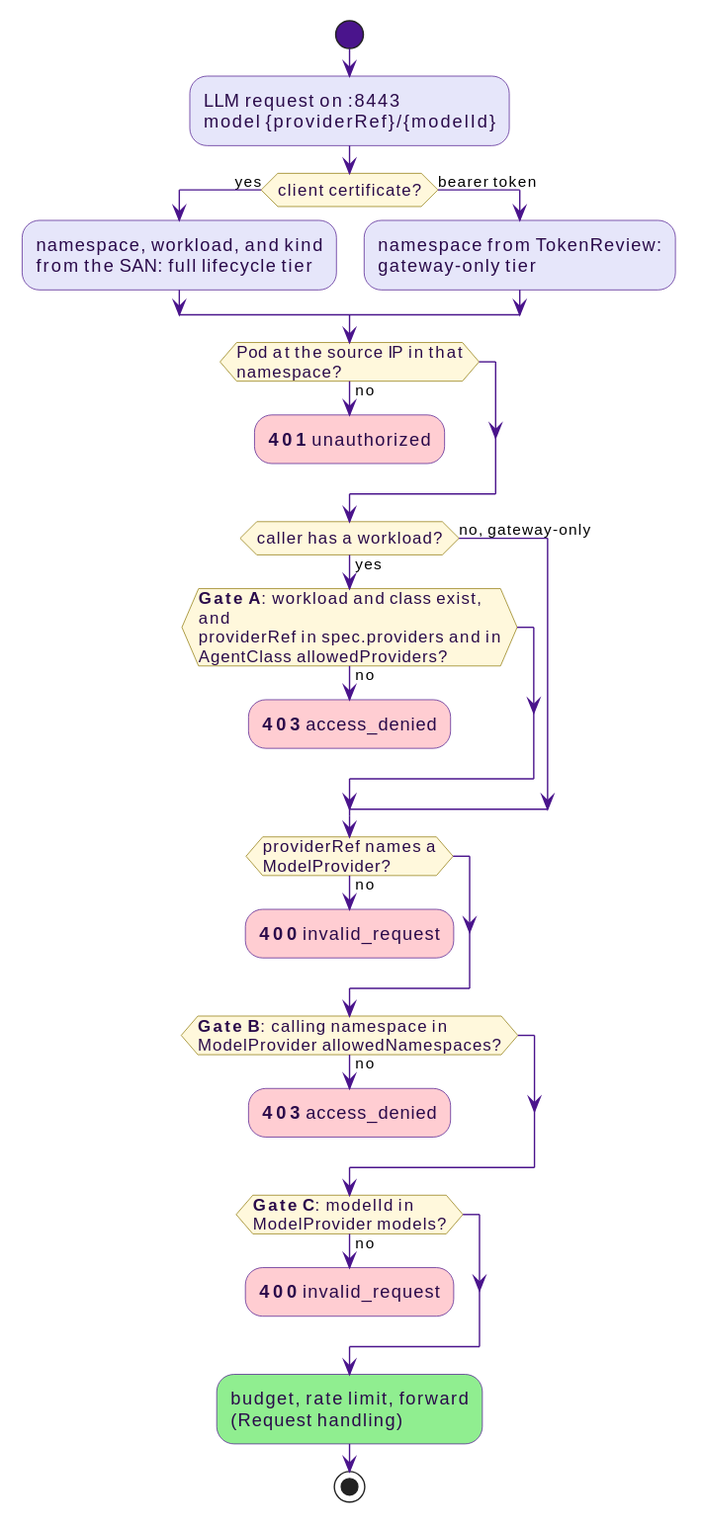
This is docs/src/diagrams/provider-access-gates.svg from win07xp/kaalm, a PlantUML export, as it was before one commit.
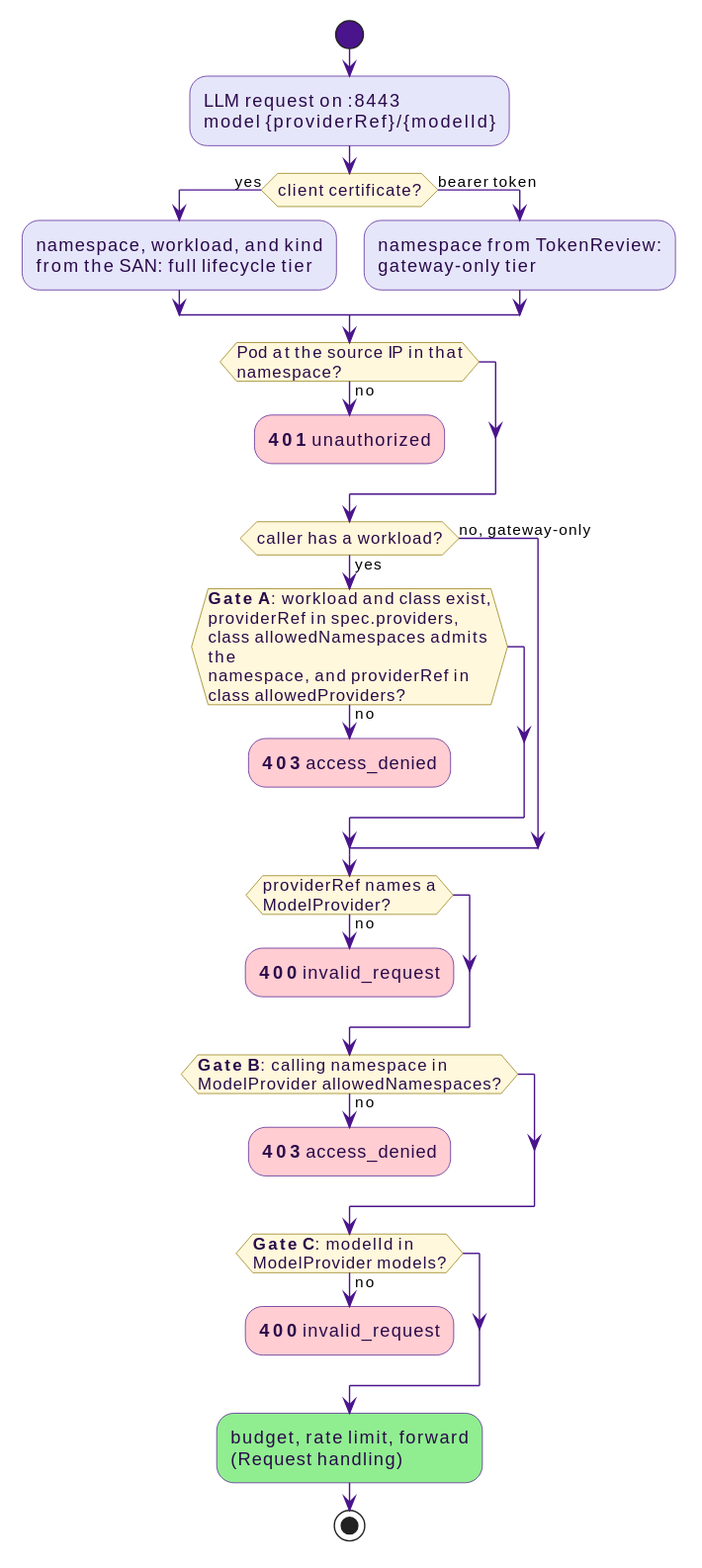
After the change.

Change to the diagram source:
```diff
@@ -15,7 +15,7 @@
   kill
 endif
 if (caller has a workload?) then (yes)
-  if (**Gate A**: workload and class exist, and\nproviderRef in spec.providers and in\nAgentClass allowedProviders?) then (no)
+  if (**Gate A**: workload and class exist,\nproviderRef in spec.providers,\nclass allowedNamespaces admits the\nnamespace, and providerRef in\nclass allowedProviders?) then (no)
     :**403** access_denied; <<#FFCDD2>>
     kill
   endif
```
